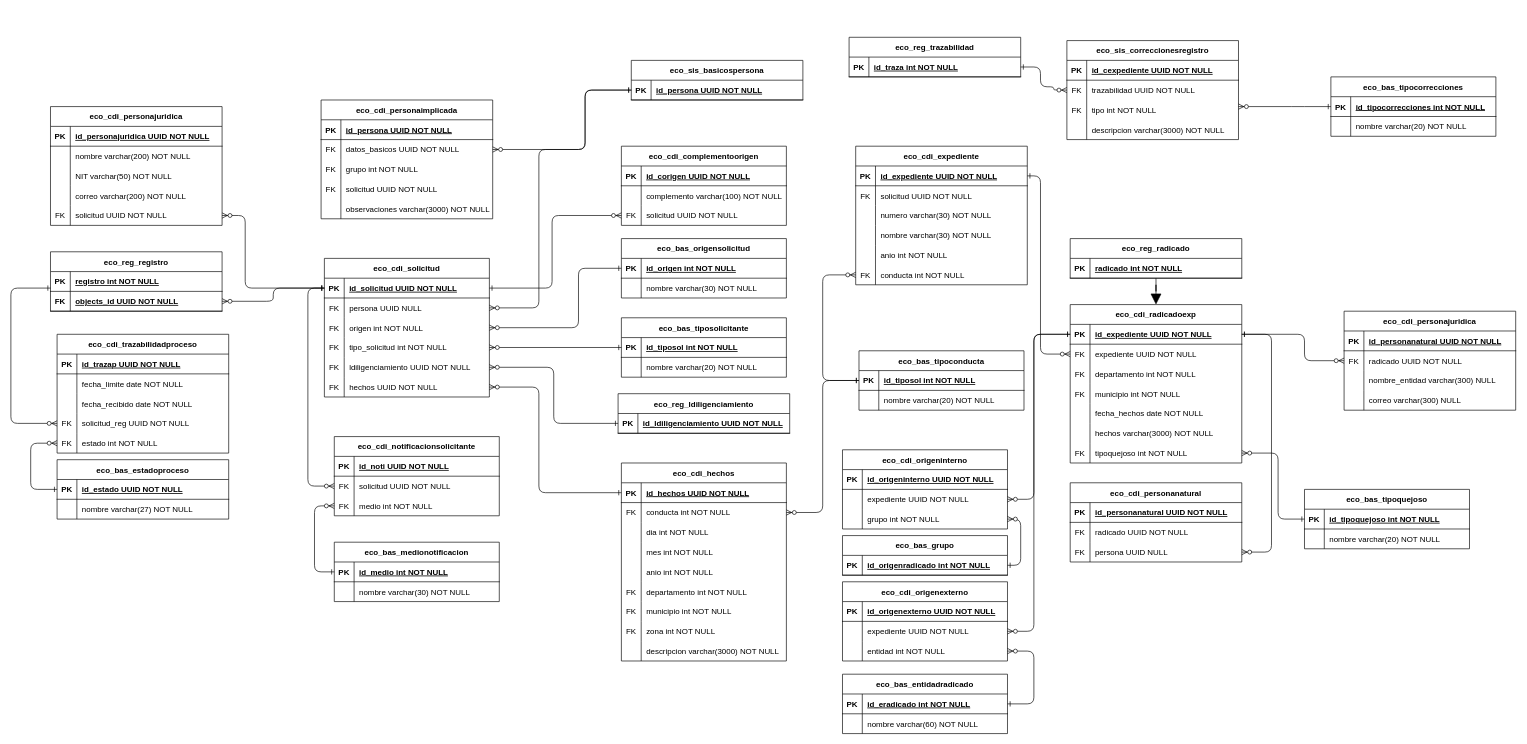
Above: SER/CDI.drawio in HanaPinilla/Diagramas-DB (draw.io), before the change. Source tidied: cells renumbered, new cells numbered last; positions are measured from the earlier drawing's top-left corner, leaving out a move shared by most shapes. Both pictures are drawn from the tidied source at 66%, with x=0, y=0 at pixel (11, 37).
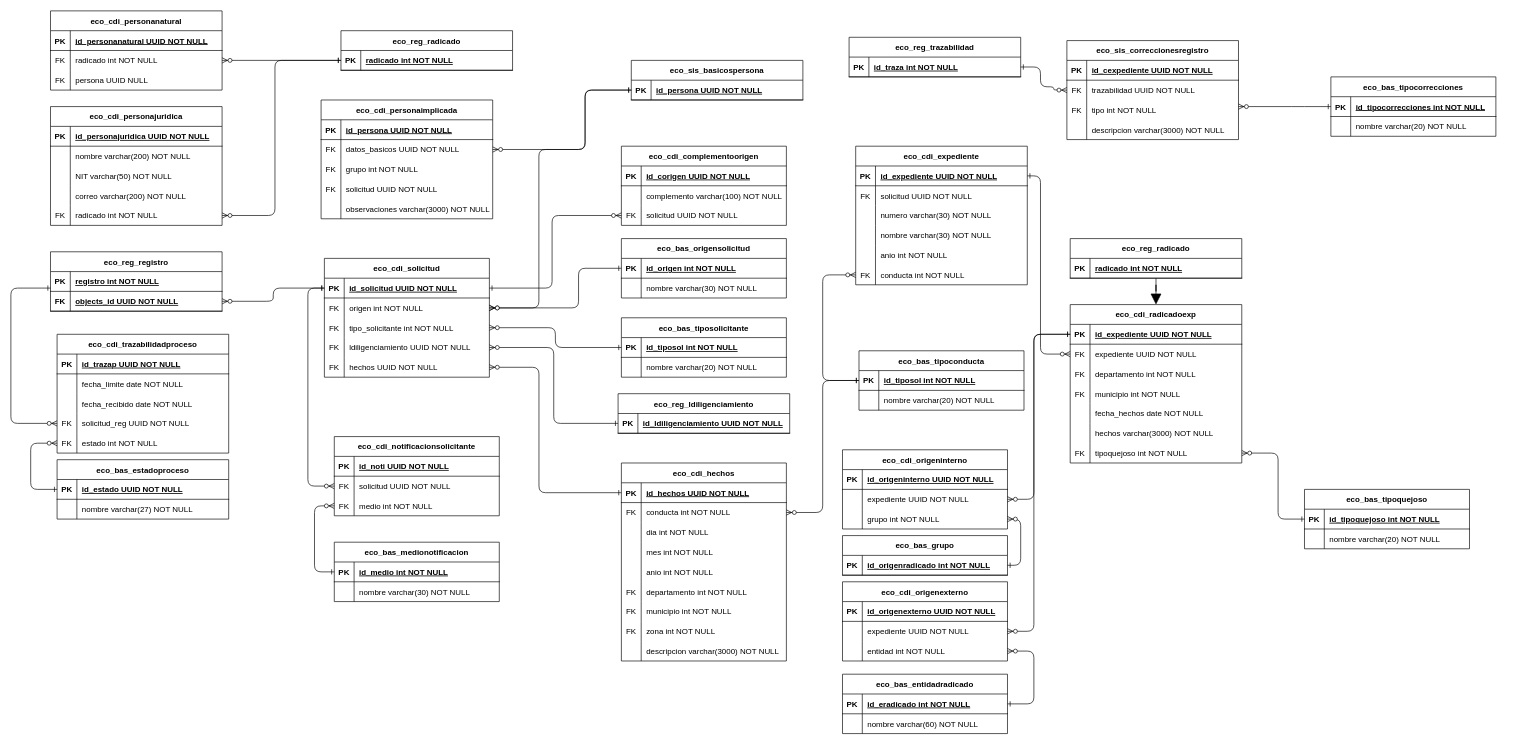
The same page after the edit.

Unchanged cells that the change refers to:
```xml
<mxCell id="3" style="shape=partialRectangle;fillColor=none;points=[[0,0.5],[1,0.5]];portConstraint=eastwest;top=0;left=0;right=0;bottom=1;" parent="2" vertex="1">
  <mxGeometry y="30" width="250" height="30" as="geometry" />
</mxCell>
<mxCell id="10" style="shape=partialRectangle;fillColor=none;points=[[0,0.5],[1,0.5]];portConstraint=eastwest;top=0;left=0;right=0;bottom=1;" parent="9" vertex="1">
  <mxGeometry y="30" width="250" height="30" as="geometry" />
</mxCell>
<mxCell id="57" style="shape=partialRectangle;fillColor=none;points=[[0,0.5],[1,0.5]];portConstraint=eastwest;top=0;left=0;right=0;bottom=1;" parent="56" vertex="1">
  <mxGeometry y="30" width="260" height="30" as="geometry" />
</mxCell>
<mxCell id="68" style="shape=partialRectangle;fillColor=none;points=[[0,0.5],[1,0.5]];portConstraint=eastwest;top=0;left=0;right=0;bottom=1;" parent="67" vertex="1">
  <mxGeometry y="30" width="250" height="30" as="geometry" />
</mxCell>
<mxCell id="141" style="shape=partialRectangle;fillColor=none;points=[[0,0.5],[1,0.5]];portConstraint=eastwest;top=0;left=0;right=0;bottom=0;" parent="128" vertex="1">
  <mxGeometry y="150" width="260" height="30" as="geometry" />
</mxCell>
<mxCell id="182" style="shape=partialRectangle;fillColor=none;points=[[0,0.5],[1,0.5]];portConstraint=eastwest;top=0;left=0;right=0;bottom=1;" parent="181" vertex="1">
  <mxGeometry y="30" width="260" height="30" as="geometry" />
</mxCell>
<mxCell id="243" style="shape=partialRectangle;fillColor=none;points=[[0,0.5],[1,0.5]];portConstraint=eastwest;top=0;left=0;right=0;bottom=0;" parent="239" vertex="1">
  <mxGeometry y="60" width="260" height="30" as="geometry" />
</mxCell>
<mxCell id="246" style="shape=partialRectangle;fillColor=none;points=[[0,0.5],[1,0.5]];portConstraint=eastwest;top=0;left=0;right=0;bottom=0;" parent="239" vertex="1">
  <mxGeometry y="90" width="260" height="30" as="geometry" />
</mxCell>
```

Change to the diagram source:
```diff
@@
     <mxCell id="67" value="eco_cdi_solicitud" style="shape=table;startSize=30;childLayout=tableLayout;rowLines=0;fontStyle=1;align=center;" parent="1" vertex="1">
-      <mxGeometry x="475" y="335" width="250" height="210" as="geometry" />
+      <mxGeometry x="475" y="335" width="250" height="180" as="geometry" />
     </mxCell>
@@
-    <mxCell id="71" style="shape=partialRectangle;fillColor=none;points=[[0,0.5],[1,0.5]];portConstraint=eastwest;top=0;left=0;right=0;bottom=0;" parent="67" vertex="1">
-      <mxGeometry y="60" width="250" height="30" as="geometry" />
-    </mxCell>
-    <mxCell id="72" value="FK" style="shape=partialRectangle;overflow=hidden;fillColor=none;top=0;left=0;bottom=0;right=0;" parent="71" vertex="1">
-      <mxGeometry width="30" height="30" as="geometry" />
-    </mxCell>
-    <mxCell id="73" value="persona UUID NULL" style="shape=partialRectangle;overflow=hidden;fillColor=none;top=0;left=0;bottom=0;right=0;align=left;spacingLeft=6;" parent="71" vertex="1">
-      <mxGeometry x="30" width="220" height="30" as="geometry" />
-    </mxCell>
     <mxCell id="74" style="shape=partialRectangle;fillColor=none;points=[[0,0.5],[1,0.5]];portConstraint=eastwest;top=0;left=0;right=0;bottom=0;" parent="67" vertex="1">
-      <mxGeometry y="90" width="250" height="30" as="geometry" />
+      <mxGeometry y="60" width="250" height="30" as="geometry" />
     </mxCell>
@@
     <mxCell id="77" style="shape=partialRectangle;fillColor=none;points=[[0,0.5],[1,0.5]];portConstraint=eastwest;top=0;left=0;right=0;bottom=0;" parent="67" vertex="1">
-      <mxGeometry y="120" width="250" height="30" as="geometry" />
+      <mxGeometry y="90" width="250" height="30" as="geometry" />
     </mxCell>
@@
-    <mxCell id="79" value="tipo_solicitud int NOT NULL" style="shape=partialRectangle;overflow=hidden;fillColor=none;top=0;left=0;bottom=0;right=0;align=left;spacingLeft=6;" parent="77" vertex="1">
+    <mxCell id="79" value="tipo_solicitante int NOT NULL" style="shape=partialRectangle;overflow=hidden;fillColor=none;top=0;left=0;bottom=0;right=0;align=left;spacingLeft=6;" parent="77" vertex="1">
       <mxGeometry x="30" width="220" height="30" as="geometry" />
     </mxCell>
     <mxCell id="80" style="shape=partialRectangle;fillColor=none;points=[[0,0.5],[1,0.5]];portConstraint=eastwest;top=0;left=0;right=0;bottom=0;" parent="67" vertex="1">
-      <mxGeometry y="150" width="250" height="30" as="geometry" />
+      <mxGeometry y="120" width="250" height="30" as="geometry" />
     </mxCell>
@@
     <mxCell id="83" style="shape=partialRectangle;fillColor=none;points=[[0,0.5],[1,0.5]];portConstraint=eastwest;top=0;left=0;right=0;bottom=0;" parent="67" vertex="1">
-      <mxGeometry y="180" width="250" height="30" as="geometry" />
+      <mxGeometry y="150" width="250" height="30" as="geometry" />
     </mxCell>
@@
     <mxCell id="86" style="edgeStyle=orthogonalEdgeStyle;endArrow=ERzeroToMany;startArrow=ERone;endFill=1;startFill=0;" parent="1" edge="1" source="3" target="74">
       <mxGeometry relative="1" as="geometry">
         <Array as="points">
-          <mxPoint x="860" y="350" />
-          <mxPoint x="860" y="440" />
+          <mxPoint x="860.1" y="350" />
+          <mxPoint x="860.1" y="410" />
         </Array>
       </mxGeometry>
     </mxCell>
@@
-    <mxCell id="88" style="edgeStyle=orthogonalEdgeStyle;endArrow=ERzeroToMany;startArrow=ERone;endFill=1;startFill=0;" parent="1" edge="1" source="57" target="71">
+    <mxCell id="88" style="edgeStyle=orthogonalEdgeStyle;endArrow=ERzeroToMany;startArrow=ERone;endFill=1;startFill=0;" parent="1" edge="1" source="57">
       <mxGeometry relative="1" as="geometry">
+        <mxPoint x="725" y="410.1" as="targetPoint" />
         <Array as="points">
           <mxPoint x="870" y="80" />
           <mxPoint x="870" y="170" />
           <mxPoint x="800" y="170" />
           <mxPoint x="800" y="410" />
         </Array>
       </mxGeometry>
     </mxCell>
@@
     <mxCell id="98" style="edgeStyle=orthogonalEdgeStyle;endArrow=ERzeroToMany;startArrow=ERone;endFill=1;startFill=0;" parent="1" edge="1" source="10" target="83">
       <mxGeometry relative="1" as="geometry">
         <Array as="points">
-          <mxPoint x="800" y="690" />
-          <mxPoint x="800" y="530" />
+          <mxPoint x="800.1" y="690" />
+          <mxPoint x="800.1" y="500" />
         </Array>
       </mxGeometry>
     </mxCell>
@@
-    <mxCell id="143" value="solicitud UUID NOT NULL" style="shape=partialRectangle;overflow=hidden;fillColor=none;top=0;left=0;bottom=0;right=0;align=left;spacingLeft=6;" parent="141" vertex="1">
+    <mxCell id="143" value="radicado int NOT NULL" style="shape=partialRectangle;overflow=hidden;fillColor=none;top=0;left=0;bottom=0;right=0;align=left;spacingLeft=6;" parent="141" vertex="1">
       <mxGeometry x="30" width="230" height="30" as="geometry" />
     </mxCell>
-    <mxCell id="144" style="edgeStyle=orthogonalEdgeStyle;endArrow=ERzeroToMany;startArrow=ERone;endFill=1;startFill=0;" parent="1" edge="1" source="68" target="141">
+    <mxCell id="144" style="edgeStyle=orthogonalEdgeStyle;endArrow=ERzeroToMany;startArrow=ERone;endFill=1;startFill=0;" parent="1" edge="1" source="283" target="141">
       <mxGeometry relative="1" as="geometry">
         <Array as="points">
-          <mxPoint x="355" y="380" />
-          <mxPoint x="355" y="270" />
+          <mxPoint x="400.1" y="35" />
+          <mxPoint x="400.1" y="270" />
         </Array>
       </mxGeometry>
     </mxCell>
@@
     <mxCell id="239" value="eco_cdi_personanatural" style="shape=table;startSize=30;childLayout=tableLayout;rowLines=0;fontStyle=1;align=center;" parent="1" vertex="1">
-      <mxGeometry x="1605" y="675" width="260" height="120" as="geometry" />
+      <mxGeometry x="60" y="-40" width="260" height="120" as="geometry" />
     </mxCell>
@@
-    <mxCell id="245" value="radicado UUID NOT NULL" style="shape=partialRectangle;overflow=hidden;fillColor=none;top=0;left=0;bottom=0;right=0;align=left;spacingLeft=6;" parent="243" vertex="1">
+    <mxCell id="245" value="radicado int NOT NULL" style="shape=partialRectangle;overflow=hidden;fillColor=none;top=0;left=0;bottom=0;right=0;align=left;spacingLeft=6;" parent="243" vertex="1">
       <mxGeometry x="30" width="230" height="30" as="geometry" />
     </mxCell>
@@
-    <mxCell id="282" value="eco_cdi_personajuridica" style="shape=table;startSize=30;childLayout=tableLayout;rowLines=0;fontStyle=1;align=center;" parent="1" vertex="1">
-      <mxGeometry x="2020" y="415" width="260" height="150" as="geometry" />
-    </mxCell>
-    <mxCell id="283" style="shape=partialRectangle;fillColor=none;points=[[0,0.5],[1,0.5]];portConstraint=eastwest;top=0;left=0;right=0;bottom=1;" parent="282" vertex="1">
-      <mxGeometry y="30" width="260" height="30" as="geometry" />
-    </mxCell>
-    <mxCell id="284" value="PK" style="shape=partialRectangle;overflow=hidden;fillColor=none;top=0;left=0;bottom=0;right=0;fontStyle=1;" parent="283" vertex="1">
-      <mxGeometry width="30" height="30" as="geometry" />
-    </mxCell>
-    <mxCell id="285" value="id_personanatural UUID NOT NULL " style="shape=partialRectangle;overflow=hidden;fillColor=none;top=0;left=0;bottom=0;right=0;align=left;spacingLeft=6;fontStyle=5;" parent="283" vertex="1">
-      <mxGeometry x="30" width="230" height="30" as="geometry" />
-    </mxCell>
-    <mxCell id="286" style="shape=partialRectangle;fillColor=none;points=[[0,0.5],[1,0.5]];portConstraint=eastwest;top=0;left=0;right=0;bottom=0;" parent="282" vertex="1">
-      <mxGeometry y="60" width="260" height="30" as="geometry" />
-    </mxCell>
-    <mxCell id="287" value="FK" style="shape=partialRectangle;overflow=hidden;fillColor=none;top=0;left=0;bottom=0;right=0;" parent="286" vertex="1">
-      <mxGeometry width="30" height="30" as="geometry" />
-    </mxCell>
-    <mxCell id="288" value="radicado UUID NOT NULL" style="shape=partialRectangle;overflow=hidden;fillColor=none;top=0;left=0;bottom=0;right=0;align=left;spacingLeft=6;" parent="286" vertex="1">
-      <mxGeometry x="30" width="230" height="30" as="geometry" />
-    </mxCell>
-    <mxCell id="289" style="shape=partialRectangle;fillColor=none;top=0;left=0;right=0;bottom=0;" parent="282" vertex="1">
-      <mxGeometry y="90" width="260" height="30" as="geometry" />
-    </mxCell>
-    <mxCell id="290" style="shape=partialRectangle;overflow=hidden;fillColor=none;top=0;left=0;bottom=0;right=0;" parent="289" vertex="1">
-      <mxGeometry width="30" height="30" as="geometry" />
-    </mxCell>
-    <mxCell id="291" value="nombre_entidad varchar(300) NULL" style="shape=partialRectangle;overflow=hidden;fillColor=none;top=0;left=0;bottom=0;right=0;align=left;spacingLeft=6;" parent="289" vertex="1">
-      <mxGeometry x="30" width="230" height="30" as="geometry" />
-    </mxCell>
-    <mxCell id="292" style="shape=partialRectangle;fillColor=none;top=0;left=0;right=0;bottom=0;" parent="282" vertex="1">
-      <mxGeometry y="120" width="260" height="30" as="geometry" />
-    </mxCell>
-    <mxCell id="293" style="shape=partialRectangle;overflow=hidden;fillColor=none;top=0;left=0;bottom=0;right=0;" parent="292" vertex="1">
-      <mxGeometry width="30" height="30" as="geometry" />
-    </mxCell>
-    <mxCell id="294" value="correo varchar(300) NULL" style="shape=partialRectangle;overflow=hidden;fillColor=none;top=0;left=0;bottom=0;right=0;align=left;spacingLeft=6;" parent="292" vertex="1">
-      <mxGeometry x="30" width="230" height="30" as="geometry" />
-    </mxCell>
@@
-    <mxCell id="321" style="edgeStyle=orthogonalEdgeStyle;endArrow=ERzeroToMany;startArrow=ERone;endFill=1;startFill=0;" parent="1" edge="1" source="182" target="246">
-      <mxGeometry relative="1" as="geometry">
-        <Array as="points">
-          <mxPoint x="1910" y="450" />
-          <mxPoint x="1910" y="780" />
-        </Array>
-      </mxGeometry>
+    <mxCell id="321" style="edgeStyle=orthogonalEdgeStyle;endArrow=ERzeroToMany;startArrow=ERone;endFill=1;startFill=0;" parent="1" edge="1" source="283" target="243">
+      <mxGeometry relative="1" as="geometry" />
     </mxCell>
-    <mxCell id="322" style="edgeStyle=orthogonalEdgeStyle;endArrow=ERzeroToMany;startArrow=ERone;endFill=1;startFill=0;" parent="1" edge="1" source="182" target="286">
-      <mxGeometry relative="1" as="geometry">
-        <Array as="points">
-          <mxPoint x="1960" y="450" />
-          <mxPoint x="1960" y="490" />
-        </Array>
-      </mxGeometry>
-    </mxCell>
+    <mxCell id="323" value="eco_reg_radicado" style="shape=table;startSize=30;childLayout=tableLayout;rowLines=0;fontStyle=1;align=center;" parent="1" vertex="1">
+      <mxGeometry x="500.1" y="-10" width="260" height="60" as="geometry" />
+    </mxCell>
+    <mxCell id="283" style="shape=partialRectangle;fillColor=none;points=[[0,0.5],[1,0.5]];portConstraint=eastwest;top=0;left=0;right=0;bottom=1;" parent="323" vertex="1">
+      <mxGeometry y="30" width="260" height="30" as="geometry" />
+    </mxCell>
+    <mxCell id="284" value="PK" style="shape=partialRectangle;overflow=hidden;fillColor=none;top=0;left=0;bottom=0;right=0;fontStyle=1;" parent="283" vertex="1">
+      <mxGeometry width="30" height="30" as="geometry" />
+    </mxCell>
+    <mxCell id="324" value="radicado int NOT NULL " style="shape=partialRectangle;overflow=hidden;fillColor=none;top=0;left=0;bottom=0;right=0;align=left;spacingLeft=6;fontStyle=5;" parent="283" vertex="1">
+      <mxGeometry x="30" width="230" height="30" as="geometry" />
+    </mxCell>
```
